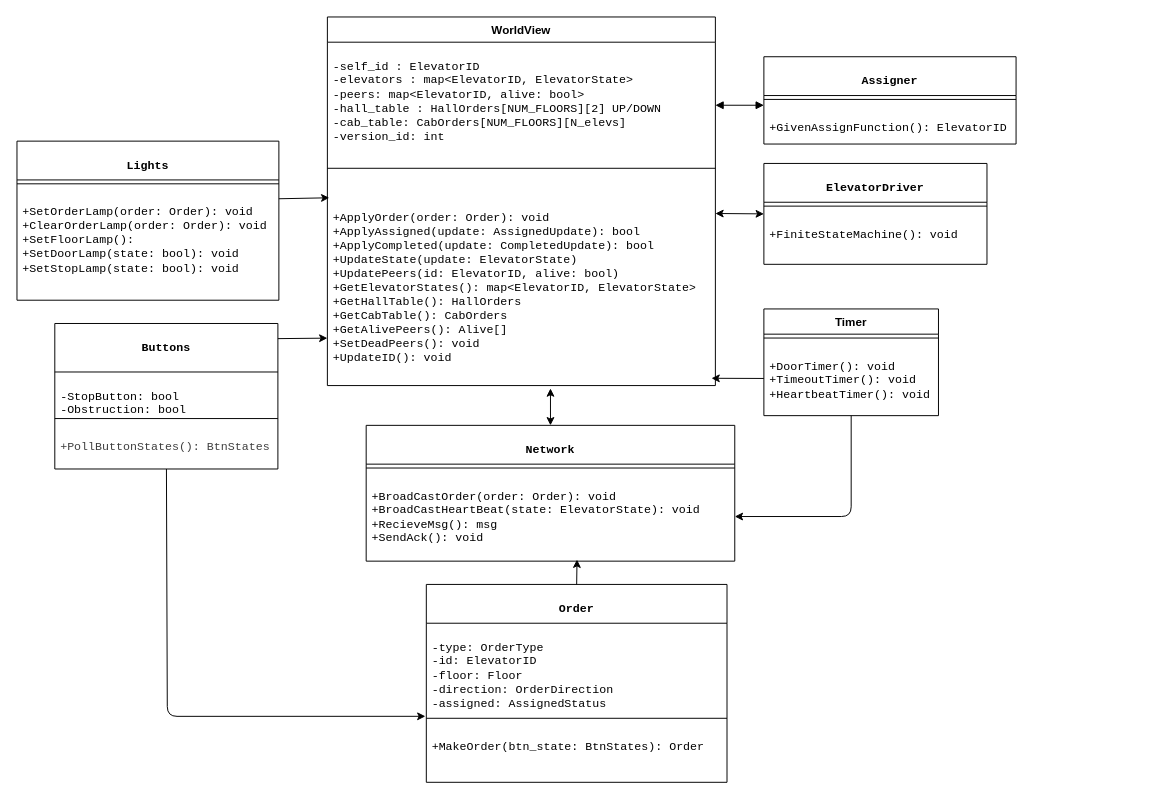
The draw.io diagram diagrams/class_diagram.drawio in Einaraug/Sanntid, before the edit. Source tidied: cells renumbered, new cells numbered last; positions are measured from the earlier drawing's top-left corner, leaving out a move shared by most shapes. Both pictures are drawn from the tidied source at 97%, with x=0, y=0 at pixel (16, 16).
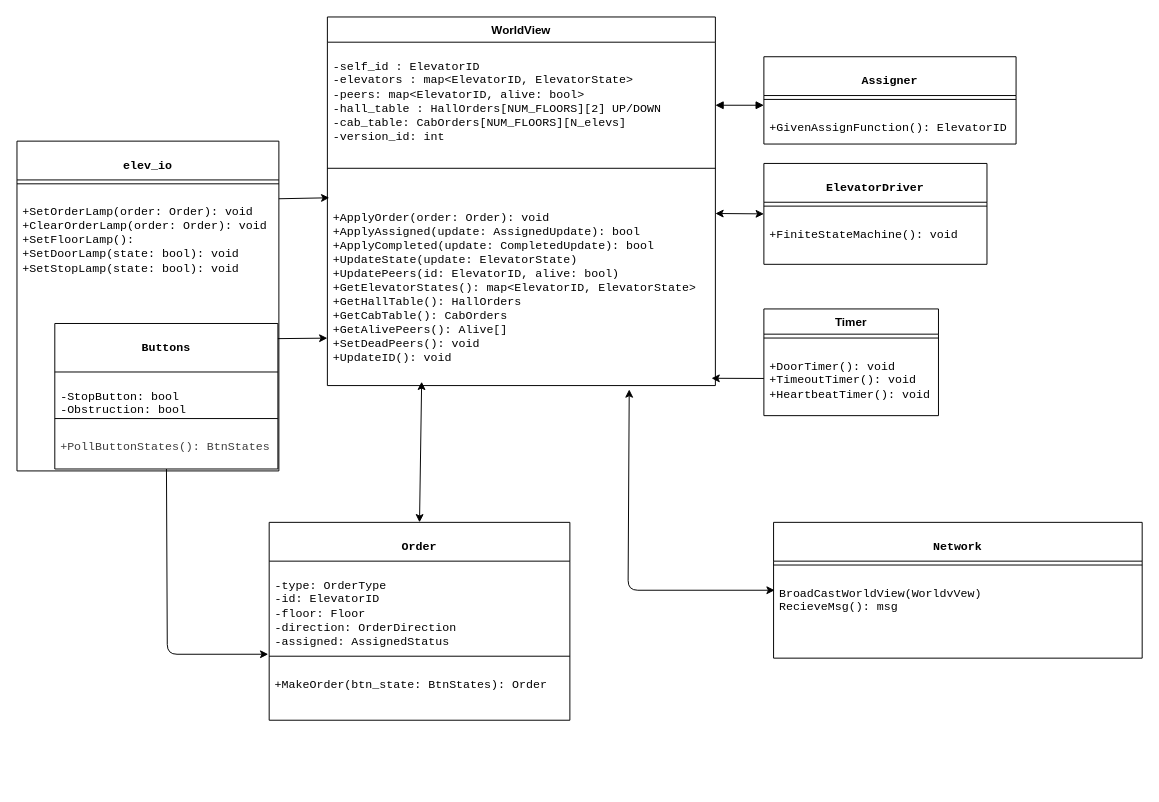
Above is the later version.

Unchanged cells that the change refers to:
```xml
<mxCell id="5" value="&lt;pre&gt;+ApplyOrder(order: Order): void&lt;br&gt;+ApplyAssigned(update: AssignedUpdate): bool&lt;br&gt;+ApplyCompleted(update: CompletedUpdate): bool&lt;br&gt;+UpdateState(update: ElevatorState)&lt;br&gt;+UpdatePeers(id: ElevatorID, alive: bool)&lt;br&gt;+GetElevatorStates(): map&amp;lt;ElevatorID, ElevatorState&amp;gt;&lt;br&gt;+GetHallTable(): HallOrders&lt;br&gt;+GetCabTable(): CabOrders&lt;br&gt;+GetAlivePeers(): Alive[]&lt;br&gt;+SetDeadPeers(): void&lt;br&gt;+UpdateID(): void&lt;/pre&gt;&lt;div&gt;&lt;br&gt;&lt;/div&gt;" style="text;strokeColor=none;fillColor=none;align=left;verticalAlign=top;spacingLeft=4;spacingRight=4;overflow=hidden;points=[[0,0.5],[1,0.5]];portConstraint=eastwest;whiteSpace=wrap;html=1;" parent="2" vertex="1">
  <mxGeometry y="182" width="400" height="198" as="geometry" />
</mxCell>
<mxCell id="8" value="&lt;pre&gt;+DoorTimer(): void&lt;br&gt;+TimeoutTimer(): void&lt;br&gt;+HeartbeatTimer(): void&lt;/pre&gt;" style="text;strokeColor=none;fillColor=none;align=left;verticalAlign=top;spacingLeft=4;spacingRight=4;overflow=hidden;points=[[0,0.5],[1,0.5]];portConstraint=eastwest;whiteSpace=wrap;html=1;" parent="6" vertex="1">
  <mxGeometry y="34" width="180" height="76" as="geometry" />
</mxCell>
<mxCell id="16" value="&lt;pre&gt;-type: OrderType&lt;br&gt;-id: ElevatorID&lt;br&gt;-floor: Floor&lt;br&gt;-direction: OrderDirection&lt;br&gt;-assigned: AssignedStatus&lt;/pre&gt;&lt;div&gt;&lt;br&gt;&lt;/div&gt;" style="text;strokeColor=none;fillColor=none;align=left;verticalAlign=top;spacingLeft=4;spacingRight=4;overflow=hidden;points=[[0,0.5],[1,0.5]];portConstraint=eastwest;whiteSpace=wrap;html=1;" parent="15" vertex="1">
  <mxGeometry y="40" width="310" height="94" as="geometry" />
</mxCell>
<mxCell id="32" value="&lt;pre style=&quot;color: rgb(63, 63, 63); scrollbar-color: rgb(226, 226, 226) rgb(251, 251, 251);&quot;&gt;+PollButtonStates(): BtnStates&lt;/pre&gt;" style="text;strokeColor=none;fillColor=none;align=left;verticalAlign=top;spacingLeft=4;spacingRight=4;overflow=hidden;points=[[0,0.5],[1,0.5]];portConstraint=eastwest;whiteSpace=wrap;html=1;" parent="29" vertex="1">
  <mxGeometry y="102" width="230" height="48" as="geometry" />
</mxCell>
```

The edit, as a diff of the source:
```diff
@@
     <mxCell id="9" value="&lt;pre&gt;Network&lt;/pre&gt;" style="swimlane;fontStyle=1;align=center;verticalAlign=top;horizontal=1;startSize=40;whiteSpace=wrap;html=1;" parent="1" vertex="1">
-      <mxGeometry x="360" y="421" width="380" height="140" as="geometry" />
+      <mxGeometry x="780" y="521" width="380" height="140" as="geometry" />
     </mxCell>
@@
-    <mxCell id="11" value="&lt;pre&gt;+BroadCastOrder(order: Order): void&lt;br&gt;+BroadCastHeartBeat(state: ElevatorState): void&lt;br&gt;+RecieveMsg(): msg&lt;br&gt;+SendAck(): void&lt;/pre&gt;&lt;div&gt;&lt;br&gt;&lt;/div&gt;" style="text;strokeColor=none;fillColor=none;align=left;verticalAlign=top;spacingLeft=4;spacingRight=4;overflow=hidden;points=[[0,0.5],[1,0.5]];portConstraint=eastwest;whiteSpace=wrap;html=1;" parent="9" vertex="1">
+    <mxCell id="11" value="&lt;pre&gt;BroadCastWorldView(WorldvVew)&lt;br&gt;RecieveMsg(): msg&lt;br&gt;&lt;br&gt;&lt;/pre&gt;&lt;div&gt;&lt;br&gt;&lt;/div&gt;" style="text;strokeColor=none;fillColor=none;align=left;verticalAlign=top;spacingLeft=4;spacingRight=4;overflow=hidden;points=[[0,0.5],[1,0.5]];portConstraint=eastwest;whiteSpace=wrap;html=1;" parent="9" vertex="1">
       <mxGeometry y="48" width="380" height="92" as="geometry" />
     </mxCell>
-    <mxCell id="12" value="&lt;pre&gt;Lights&lt;/pre&gt;" style="swimlane;fontStyle=1;align=center;verticalAlign=top;horizontal=1;startSize=40;whiteSpace=wrap;html=1;" parent="1" vertex="1">
-      <mxGeometry y="128" width="270" height="164" as="geometry" />
+    <mxCell id="12" value="&lt;pre&gt;elev_io&lt;/pre&gt;" style="swimlane;fontStyle=1;align=center;verticalAlign=top;horizontal=1;startSize=40;whiteSpace=wrap;html=1;" parent="1" vertex="1">
+      <mxGeometry y="128" width="270" height="340" as="geometry" />
     </mxCell>
@@
     <mxCell id="14" value="&lt;pre&gt;+SetOrderLamp(order: Order): void&lt;br&gt;+ClearOrderLamp(order: Order): void&lt;br&gt;+SetFloorLamp():&lt;br&gt;+SetDoorLamp(state: bool): void&lt;br&gt;+SetStopLamp(state: bool): void&lt;/pre&gt;" style="text;strokeColor=none;fillColor=none;align=left;verticalAlign=top;spacingLeft=4;spacingRight=4;overflow=hidden;whiteSpace=wrap;html=1;" parent="12" vertex="1">
-      <mxGeometry y="48" width="270" height="116" as="geometry" />
+      <mxGeometry y="48" width="270" height="292" as="geometry" />
     </mxCell>
     <mxCell id="15" value="&lt;pre&gt;Order&lt;/pre&gt;" style="swimlane;fontStyle=1;align=center;verticalAlign=top;horizontal=1;startSize=40;whiteSpace=wrap;html=1;" parent="1" vertex="1">
-      <mxGeometry x="422" y="585" width="310" height="204" as="geometry" />
+      <mxGeometry x="260" y="521" width="310" height="204" as="geometry" />
     </mxCell>
@@
-    <mxCell id="27" style="endArrow=classic;startArrow=classic;html=1;entryX=0.5;entryY=0;entryDx=0;entryDy=0;exitX=0.575;exitY=1.015;exitDx=0;exitDy=0;exitPerimeter=0;" parent="1" edge="1" source="5" target="9">
-      <mxGeometry relative="1" as="geometry" />
+    <mxCell id="27" style="endArrow=classic;startArrow=classic;html=1;entryX=0.003;entryY=0.239;entryDx=0;entryDy=0;exitX=0.778;exitY=1.02;exitDx=0;exitDy=0;exitPerimeter=0;entryPerimeter=0;" parent="1" edge="1" source="5" target="11">
+      <mxGeometry relative="1" as="geometry">
+        <Array as="points">
+          <mxPoint x="630" y="591" />
+        </Array>
+      </mxGeometry>
     </mxCell>
-    <mxCell id="28" style="edgeStyle=none;html=1;entryX=1;entryY=0.5;entryDx=0;entryDy=0;" parent="1" edge="1" source="8" target="11">
-      <mxGeometry relative="1" as="geometry">
-        <Array as="points">
-          <mxPoint x="860" y="515" />
-        </Array>
-      </mxGeometry>
-    </mxCell>
@@
     <mxCell id="34" style="edgeStyle=none;html=1;entryX=-0.003;entryY=1.021;entryDx=0;entryDy=0;entryPerimeter=0;" parent="1" edge="1" source="32" target="16">
       <mxGeometry relative="1" as="geometry">
         <Array as="points">
-          <mxPoint x="155" y="721" />
+          <mxPoint x="155" y="657" />
         </Array>
       </mxGeometry>
     </mxCell>
@@
-    <mxCell id="36" style="edgeStyle=none;html=1;exitX=0.5;exitY=0;exitDx=0;exitDy=0;entryX=0.572;entryY=0.983;entryDx=0;entryDy=0;entryPerimeter=0;" parent="1" edge="1" source="15" target="11">
-      <mxGeometry relative="1" as="geometry" />
-    </mxCell>
@@
+    <mxCell id="38" style="endArrow=classic;startArrow=classic;html=1;entryX=0.5;entryY=0;entryDx=0;entryDy=0;exitX=0.243;exitY=0.98;exitDx=0;exitDy=0;exitPerimeter=0;" parent="1" edge="1" source="5" target="15">
+      <mxGeometry relative="1" as="geometry" />
+    </mxCell>
```
